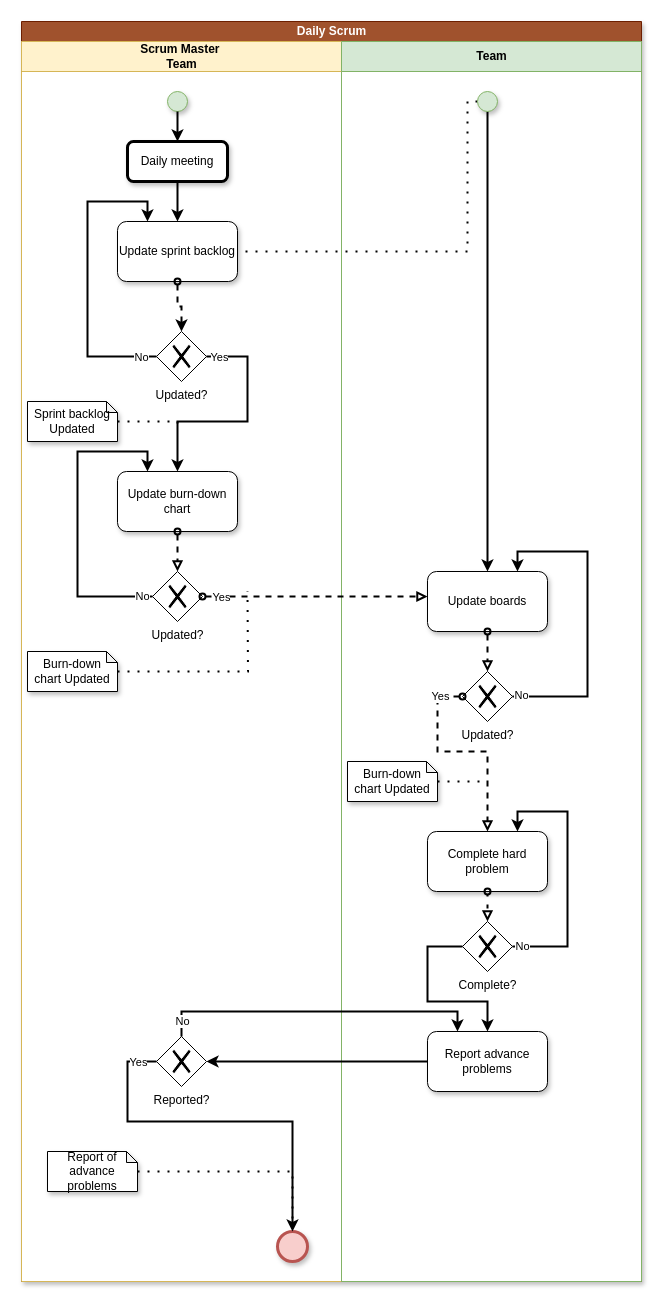
Earlier version of the draw.io diagram page "Daly Meeting" (5 of 10) of BPMN_Pre-game.drawio (JavierCabreraDev/Metodologia_Practica). Source tidied: cells renumbered, new cells numbered last; positions are measured from the earlier drawing's top-left corner, leaving out a move shared by most shapes. Both pictures are drawn from the tidied source at 100%, with x=0, y=0 at pixel (21, 21).
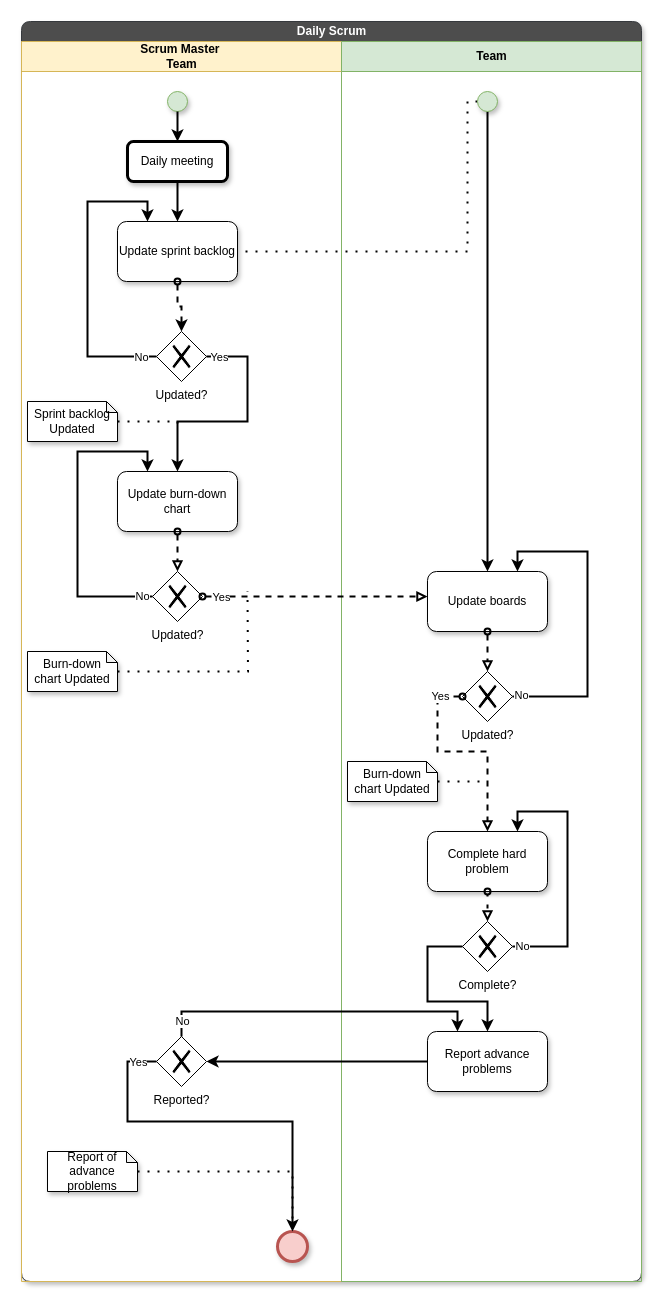
The same diagram, later.

Diff of the diagram source:
```diff
@@
-    <mxCell id="2" value="Daily Scrum" style="swimlane;html=1;startSize=20;shadow=1;glass=0;swimlaneFillColor=#ffffff;fillColor=#a0522d;strokeColor=#6D1F00;fontColor=#ffffff;" parent="1" vertex="1">
+    <mxCell id="2" value="&lt;font color=&quot;#ffffff&quot;&gt;Daily Scrum&lt;/font&gt;" style="swimlane;html=1;startSize=20;shadow=1;glass=0;swimlaneFillColor=#ffffff;strokeColor=#36393d;fillColor=#4D4D4D;rounded=1;sketch=0;" parent="1" vertex="1">
       <mxGeometry width="620" height="1260" as="geometry" />
     </mxCell>
```
